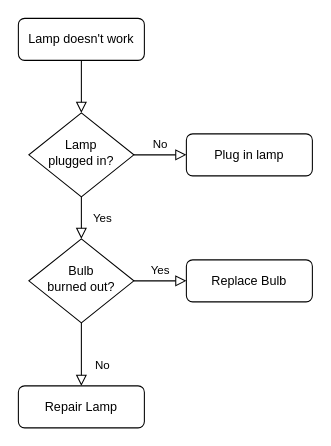
Before: 未命名绘图.drawio in TingFeng121/tingfeng121.github.io, a draw.io diagram. Source tidied: cells renumbered, new cells numbered last; positions are measured from the earlier drawing's top-left corner, leaving out a move shared by most shapes. Both pictures are drawn from the tidied source at 105%, with x=0, y=0 at pixel (18, 18).
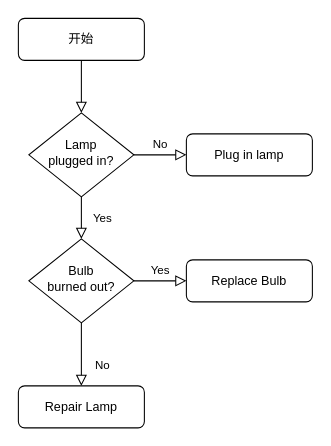
After the change.

Commit message:
更新未命名绘图.drawio

Diff of the diagram source:
```diff
@@
 <mxGraphModel>
   <root>
     <mxCell id="0" />
     <mxCell id="1" parent="0" />
     <mxCell id="2" style="rounded=0;html=1;jettySize=auto;fontSize=11;endArrow=block;endFill=0;endSize=8;strokeWidth=1;shadow=0;labelBackgroundColor=none;edgeStyle=orthogonalEdgeStyle;" parent="1" edge="1" source="3" target="6">
       <mxGeometry relative="1" as="geometry" />
     </mxCell>
-    <mxCell id="3" value="Lamp doesn't work" style="rounded=1;whiteSpace=wrap;html=1;fontSize=12;glass=0;strokeWidth=1;shadow=0;" parent="1" vertex="1">
+    <mxCell id="3" value="开始" style="rounded=1;whiteSpace=wrap;html=1;fontSize=12;glass=0;strokeWidth=1;shadow=0;" parent="1" vertex="1">
       <mxGeometry width="120" height="40" as="geometry" />
     </mxCell>
     <mxCell id="4" value="Yes" style="rounded=0;html=1;jettySize=auto;fontSize=11;endArrow=block;endFill=0;endSize=8;strokeWidth=1;shadow=0;labelBackgroundColor=none;edgeStyle=orthogonalEdgeStyle;" parent="1" edge="1" source="6" target="10">
       <mxGeometry y="20" relative="1" as="geometry" />
     </mxCell>
     <mxCell id="5" value="No" style="edgeStyle=orthogonalEdgeStyle;rounded=0;html=1;jettySize=auto;fontSize=11;endArrow=block;endFill=0;endSize=8;strokeWidth=1;shadow=0;labelBackgroundColor=none;" parent="1" edge="1" source="6" target="7">
       <mxGeometry y="10" relative="1" as="geometry" />
     </mxCell>
     <mxCell id="6" value="Lamp&lt;br&gt;plugged in?" style="rhombus;whiteSpace=wrap;html=1;shadow=0;fontFamily=Helvetica;fontSize=12;align=center;strokeWidth=1;spacing=6;spacingTop=-4;" parent="1" vertex="1">
       <mxGeometry x="10" y="90" width="100" height="80" as="geometry" />
     </mxCell>
     <mxCell id="7" value="Plug in lamp" style="rounded=1;whiteSpace=wrap;html=1;fontSize=12;glass=0;strokeWidth=1;shadow=0;" parent="1" vertex="1">
       <mxGeometry x="160" y="110" width="120" height="40" as="geometry" />
     </mxCell>
     <mxCell id="8" value="No" style="rounded=0;html=1;jettySize=auto;fontSize=11;endArrow=block;endFill=0;endSize=8;strokeWidth=1;shadow=0;labelBackgroundColor=none;edgeStyle=orthogonalEdgeStyle;" parent="1" edge="1" source="10" target="11">
       <mxGeometry x="0.33" y="20" relative="1" as="geometry" />
     </mxCell>
     <mxCell id="9" value="Yes" style="edgeStyle=orthogonalEdgeStyle;rounded=0;html=1;jettySize=auto;fontSize=11;endArrow=block;endFill=0;endSize=8;strokeWidth=1;shadow=0;labelBackgroundColor=none;" parent="1" edge="1" source="10" target="12">
       <mxGeometry y="10" relative="1" as="geometry" />
     </mxCell>
     <mxCell id="10" value="Bulb&lt;br&gt;burned out?" style="rhombus;whiteSpace=wrap;html=1;shadow=0;fontFamily=Helvetica;fontSize=12;align=center;strokeWidth=1;spacing=6;spacingTop=-4;" parent="1" vertex="1">
       <mxGeometry x="10" y="210" width="100" height="80" as="geometry" />
     </mxCell>
     <mxCell id="11" value="Repair Lamp" style="rounded=1;whiteSpace=wrap;html=1;fontSize=12;glass=0;strokeWidth=1;shadow=0;" parent="1" vertex="1">
       <mxGeometry y="350" width="120" height="40" as="geometry" />
     </mxCell>
     <mxCell id="12" value="Replace Bulb" style="rounded=1;whiteSpace=wrap;html=1;fontSize=12;glass=0;strokeWidth=1;shadow=0;" parent="1" vertex="1">
       <mxGeometry x="160" y="230" width="120" height="40" as="geometry" />
     </mxCell>
   </root>
 </mxGraphModel>
```
